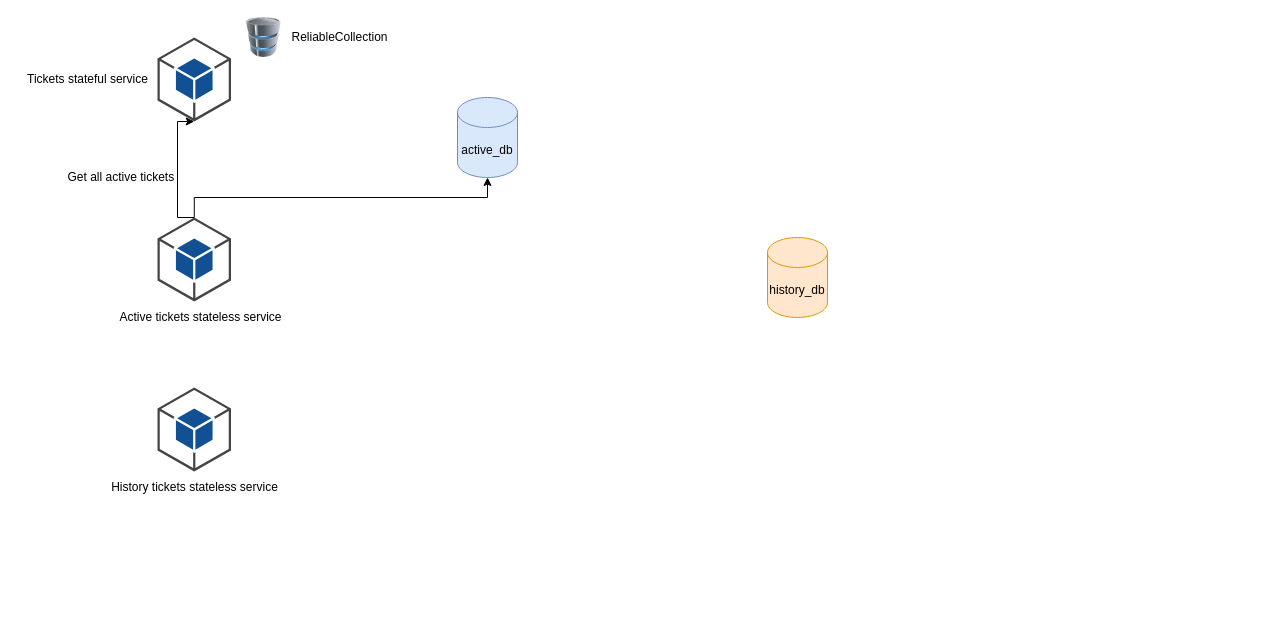
This is diagram.drawio from AndrejKaravida/cloud-master, a draw.io file, before an edit. Source tidied: cells renumbered, new cells numbered last; positions are measured from the earlier drawing's top-left corner, leaving out a move shared by most shapes. Both pictures are drawn from the tidied source at 100%, with x=0, y=0 at pixel (17, 17).
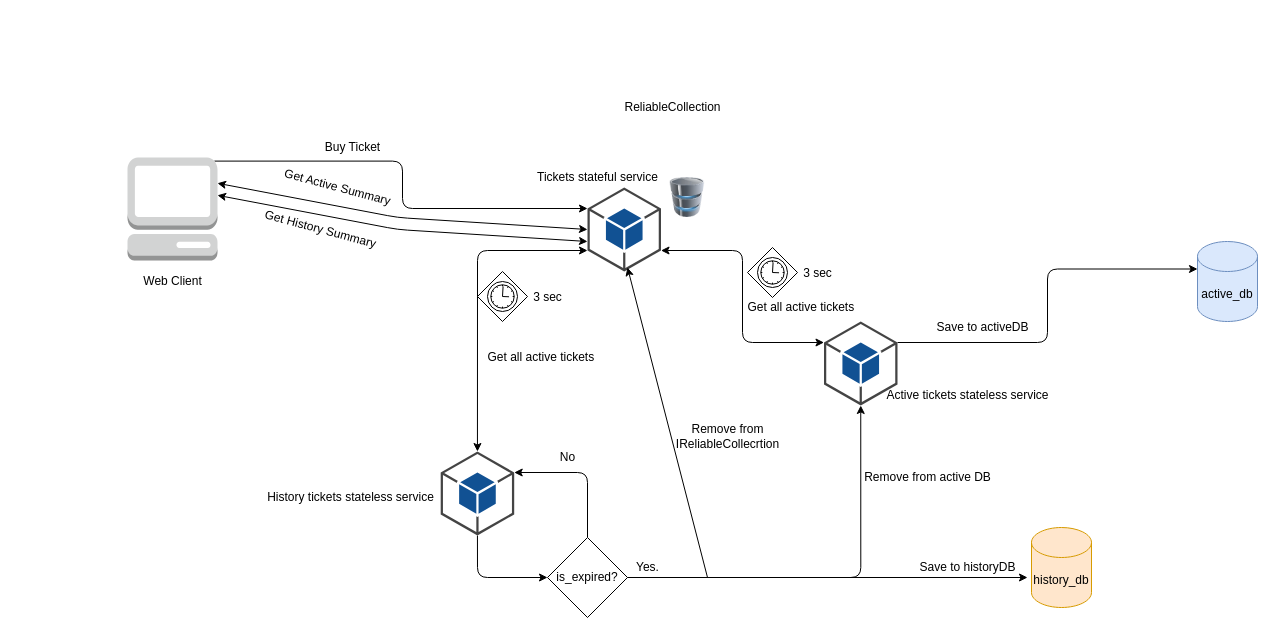
After the change.

Change to the diagram source:
```diff
@@
     <mxCell id="2" value="active_db" style="shape=cylinder3;whiteSpace=wrap;html=1;boundedLbl=1;backgroundOutline=1;size=15;fillColor=#dae8fc;strokeColor=#6c8ebf;" parent="1" vertex="1">
-      <mxGeometry x="440" y="80" width="60" height="80" as="geometry" />
+      <mxGeometry x="1180" y="224" width="60" height="80" as="geometry" />
     </mxCell>
     <mxCell id="3" value="history_db" style="shape=cylinder3;whiteSpace=wrap;html=1;boundedLbl=1;backgroundOutline=1;size=15;fillColor=#ffe6cc;strokeColor=#d79b00;" parent="1" vertex="1">
-      <mxGeometry x="750" y="220" width="60" height="80" as="geometry" />
+      <mxGeometry x="1014" y="510" width="60" height="80" as="geometry" />
     </mxCell>
     <mxCell id="4" style="outlineConnect=0;dashed=0;verticalLabelPosition=bottom;verticalAlign=top;align=center;html=1;shape=mxgraph.aws3.android;fillColor=#115193;gradientColor=none;" parent="1" vertex="1">
-      <mxGeometry x="140" y="20" width="73.5" height="84" as="geometry" />
+      <mxGeometry x="570" y="170" width="73.5" height="84" as="geometry" />
     </mxCell>
     <mxCell id="5" value="Tickets stateful service" style="text;html=1;align=center;verticalAlign=middle;strokeColor=none;fillColor=none;" parent="1" vertex="1">
-      <mxGeometry y="52" width="140" height="20" as="geometry" />
+      <mxGeometry x="510" y="150" width="140" height="20" as="geometry" />
     </mxCell>
-    <mxCell id="6" style="edgeStyle=orthogonalEdgeStyle;rounded=0;jettySize=auto;html=1;exitX=0.5;exitY=0;exitDx=0;exitDy=0;exitPerimeter=0;entryX=0.5;entryY=1;entryDx=0;entryDy=0;entryPerimeter=0;" parent="1" edge="1" source="8" target="4">
-      <mxGeometry relative="1" as="geometry">
-        <Array as="points">
-          <mxPoint x="160" y="200" />
-          <mxPoint x="160" y="104" />
-        </Array>
-      </mxGeometry>
-    </mxCell>
-    <mxCell id="7" style="edgeStyle=orthogonalEdgeStyle;rounded=0;jettySize=auto;html=1;exitX=0.5;exitY=0;exitDx=0;exitDy=0;exitPerimeter=0;entryX=0.5;entryY=1;entryDx=0;entryDy=0;entryPerimeter=0;" parent="1" edge="1" source="8" target="2">
+    <mxCell id="7" style="edgeStyle=orthogonalEdgeStyle;rounded=1;jettySize=auto;html=1;exitX=1;exitY=0.25;exitDx=0;exitDy=0;exitPerimeter=0;entryX=0;entryY=0;entryDx=0;entryDy=27.5;entryPerimeter=0;startArrow=none;startFill=0;sourcePerimeterSpacing=6;targetPerimeterSpacing=6;strokeColor=default;" parent="1" edge="1" source="8" target="2">
       <mxGeometry relative="1" as="geometry" />
     </mxCell>
     <mxCell id="8" style="outlineConnect=0;dashed=0;verticalLabelPosition=bottom;verticalAlign=top;align=center;html=1;shape=mxgraph.aws3.android;fillColor=#115193;gradientColor=none;" parent="1" vertex="1">
-      <mxGeometry x="140" y="200" width="73.5" height="84" as="geometry" />
+      <mxGeometry x="806.5" y="304" width="73.5" height="84" as="geometry" />
     </mxCell>
     <mxCell id="9" value="Active tickets stateless service" style="text;html=1;align=center;verticalAlign=middle;strokeColor=none;fillColor=none;" parent="1" vertex="1">
-      <mxGeometry x="93" y="290" width="180" height="20" as="geometry" />
+      <mxGeometry x="860" y="368" width="180" height="20" as="geometry" />
     </mxCell>
+    <mxCell id="15" style="edgeStyle=orthogonalEdgeStyle;rounded=1;jettySize=auto;html=1;exitX=0.5;exitY=0;exitDx=0;exitDy=0;exitPerimeter=0;entryX=0;entryY=0.75;entryDx=0;entryDy=0;entryPerimeter=0;targetPerimeterSpacing=6;sourcePerimeterSpacing=6;strokeColor=default;startArrow=classic;startFill=1;" parent="1" edge="1" source="10" target="4">
+      <mxGeometry relative="1" as="geometry" />
+    </mxCell>
+    <mxCell id="16" style="edgeStyle=orthogonalEdgeStyle;rounded=1;jettySize=auto;html=1;exitX=0.5;exitY=1;exitDx=0;exitDy=0;exitPerimeter=0;entryX=0;entryY=0.5;entryDx=0;entryDy=0;startArrow=none;startFill=0;sourcePerimeterSpacing=6;targetPerimeterSpacing=6;strokeColor=default;" parent="1" edge="1" source="10" target="23">
+      <mxGeometry relative="1" as="geometry" />
+    </mxCell>
     <mxCell id="10" style="outlineConnect=0;dashed=0;verticalLabelPosition=bottom;verticalAlign=top;align=center;html=1;shape=mxgraph.aws3.android;fillColor=#115193;gradientColor=none;" parent="1" vertex="1">
-      <mxGeometry x="140" y="370" width="73.5" height="84" as="geometry" />
+      <mxGeometry x="423.2" y="434" width="73.5" height="84" as="geometry" />
     </mxCell>
     <mxCell id="11" value="History tickets stateless service" style="text;html=1;align=center;verticalAlign=middle;strokeColor=none;fillColor=none;" parent="1" vertex="1">
-      <mxGeometry x="86.8" y="460" width="180" height="20" as="geometry" />
+      <mxGeometry x="243.2" y="470" width="180" height="20" as="geometry" />
     </mxCell>
     <mxCell id="12" style="image;html=1;image=img/lib/clip_art/computers/Database_128x128.png;" parent="1" vertex="1">
-      <mxGeometry x="220" width="53" height="40" as="geometry" />
+      <mxGeometry x="643.5" y="160" width="53" height="40" as="geometry" />
     </mxCell>
     <mxCell id="13" value="ReliableCollection&lt;br&gt;" style="text;html=1;align=center;verticalAlign=middle;strokeColor=none;fillColor=none;" parent="1" vertex="1">
-      <mxGeometry x="266.8" y="10" width="110" height="20" as="geometry" />
+      <mxGeometry x="600" y="80" width="110" height="20" as="geometry" />
     </mxCell>
     <mxCell id="14" value="Get all active tickets&amp;nbsp;" style="text;html=1;align=center;verticalAlign=middle;strokeColor=none;fillColor=none;" parent="1" vertex="1">
-      <mxGeometry x="40" y="150" width="130" height="20" as="geometry" />
+      <mxGeometry x="720" y="280" width="130" height="20" as="geometry" />
     </mxCell>
+    <mxCell id="17" value="Get all active tickets&amp;nbsp;" style="text;html=1;align=center;verticalAlign=middle;strokeColor=none;fillColor=none;" parent="1" vertex="1">
+      <mxGeometry x="460" y="330" width="130" height="20" as="geometry" />
+    </mxCell>
+    <mxCell id="18" style="shape=mxgraph.bpmn.gateway2;html=1;verticalLabelPosition=bottom;labelBackgroundColor=#ffffff;verticalAlign=top;align=center;perimeter=rhombusPerimeter;outline=standard;symbol=timer;" parent="1" vertex="1">
+      <mxGeometry x="460" y="254" width="50" height="50" as="geometry" />
+    </mxCell>
+    <mxCell id="19" value="3 sec" style="text;html=1;align=center;verticalAlign=middle;strokeColor=none;fillColor=none;" parent="1" vertex="1">
+      <mxGeometry x="510" y="270" width="40" height="20" as="geometry" />
+    </mxCell>
+    <mxCell id="20" style="edgeStyle=orthogonalEdgeStyle;rounded=1;jettySize=auto;html=1;exitX=1;exitY=0.5;exitDx=0;exitDy=0;startArrow=none;startFill=0;sourcePerimeterSpacing=6;targetPerimeterSpacing=6;strokeColor=default;" parent="1" edge="1" source="23">
+      <mxGeometry relative="1" as="geometry">
+        <mxPoint x="1010" y="560" as="targetPoint" />
+      </mxGeometry>
+    </mxCell>
+    <mxCell id="21" style="edgeStyle=orthogonalEdgeStyle;rounded=1;jettySize=auto;html=1;exitX=1;exitY=0.5;exitDx=0;exitDy=0;entryX=0.5;entryY=1;entryDx=0;entryDy=0;entryPerimeter=0;startArrow=none;startFill=0;sourcePerimeterSpacing=6;targetPerimeterSpacing=6;strokeColor=default;" parent="1" edge="1" source="23" target="8">
+      <mxGeometry relative="1" as="geometry" />
+    </mxCell>
+    <mxCell id="22" style="edgeStyle=orthogonalEdgeStyle;rounded=1;jettySize=auto;html=1;exitX=0.5;exitY=0;exitDx=0;exitDy=0;entryX=1;entryY=0.25;entryDx=0;entryDy=0;entryPerimeter=0;startArrow=none;startFill=0;sourcePerimeterSpacing=6;targetPerimeterSpacing=6;strokeColor=default;" parent="1" edge="1" source="23" target="10">
+      <mxGeometry relative="1" as="geometry" />
+    </mxCell>
+    <mxCell id="23" value="is_expired?" style="rhombus;whiteSpace=wrap;html=1;" parent="1" vertex="1">
+      <mxGeometry x="530" y="520" width="80" height="80" as="geometry" />
+    </mxCell>
+    <mxCell id="24" value="Yes." style="text;html=1;align=center;verticalAlign=middle;strokeColor=none;fillColor=none;" parent="1" vertex="1">
+      <mxGeometry x="610" y="540" width="40" height="20" as="geometry" />
+    </mxCell>
+    <mxCell id="25" value="Save to historyDB" style="text;html=1;align=center;verticalAlign=middle;strokeColor=none;fillColor=none;" parent="1" vertex="1">
+      <mxGeometry x="895" y="540" width="110" height="20" as="geometry" />
+    </mxCell>
+    <mxCell id="26" value="Remove from active DB" style="text;html=1;align=center;verticalAlign=middle;strokeColor=none;fillColor=none;" parent="1" vertex="1">
+      <mxGeometry x="840" y="450" width="140" height="20" as="geometry" />
+    </mxCell>
+    <mxCell id="27" style="endArrow=classic;html=1;rounded=1;sourcePerimeterSpacing=6;targetPerimeterSpacing=6;strokeColor=default;" parent="1" edge="1">
+      <mxGeometry relative="1" as="geometry">
+        <mxPoint x="690" y="560" as="sourcePoint" />
+        <mxPoint x="610" y="250" as="targetPoint" />
+      </mxGeometry>
+    </mxCell>
+    <mxCell id="28" value="Remove from &lt;br&gt;IReliableCollecrtion" style="text;html=1;align=center;verticalAlign=middle;strokeColor=none;fillColor=none;" parent="1" vertex="1">
+      <mxGeometry x="650" y="404" width="120" height="30" as="geometry" />
+    </mxCell>
+    <mxCell id="29" value="No" style="text;html=1;align=center;verticalAlign=middle;strokeColor=none;fillColor=none;" parent="1" vertex="1">
+      <mxGeometry x="535" y="430" width="30" height="20" as="geometry" />
+    </mxCell>
+    <mxCell id="6" style="edgeStyle=orthogonalEdgeStyle;rounded=1;jettySize=auto;html=1;exitX=0;exitY=0.25;exitDx=0;exitDy=0;exitPerimeter=0;entryX=1;entryY=0.75;entryDx=0;entryDy=0;entryPerimeter=0;targetPerimeterSpacing=6;sourcePerimeterSpacing=6;strokeColor=default;startArrow=classic;startFill=1;" parent="1" edge="1" source="8" target="4">
+      <mxGeometry relative="1" as="geometry" />
+    </mxCell>
+    <mxCell id="30" style="shape=mxgraph.bpmn.gateway2;html=1;verticalLabelPosition=bottom;labelBackgroundColor=#ffffff;verticalAlign=top;align=center;perimeter=rhombusPerimeter;outline=standard;symbol=timer;" parent="1" vertex="1">
+      <mxGeometry x="730" y="230" width="50" height="50" as="geometry" />
+    </mxCell>
+    <mxCell id="31" value="3 sec" style="text;html=1;align=center;verticalAlign=middle;strokeColor=none;fillColor=none;" parent="1" vertex="1">
+      <mxGeometry x="780" y="246" width="40" height="20" as="geometry" />
+    </mxCell>
+    <mxCell id="32" value="Save to activeDB" style="text;html=1;align=center;verticalAlign=middle;strokeColor=none;fillColor=none;" parent="1" vertex="1">
+      <mxGeometry x="910" y="300" width="110" height="20" as="geometry" />
+    </mxCell>
+    <mxCell id="33" style="edgeStyle=orthogonalEdgeStyle;rounded=1;jettySize=auto;html=1;exitX=0.965;exitY=0.035;exitDx=0;exitDy=0;exitPerimeter=0;entryX=0;entryY=0.25;entryDx=0;entryDy=0;entryPerimeter=0;startArrow=none;startFill=0;sourcePerimeterSpacing=6;targetPerimeterSpacing=6;strokeColor=default;" parent="1" edge="1" source="34" target="4">
+      <mxGeometry relative="1" as="geometry" />
+    </mxCell>
+    <mxCell id="34" style="outlineConnect=0;dashed=0;verticalLabelPosition=bottom;verticalAlign=top;align=center;html=1;shape=mxgraph.aws3.management_console;fillColor=#D2D3D3;gradientColor=none;" parent="1" vertex="1">
+      <mxGeometry x="110" y="140" width="90" height="103" as="geometry" />
+    </mxCell>
+    <mxCell id="35" value="Web Client&lt;br&gt;" style="text;html=1;align=center;verticalAlign=middle;strokeColor=none;fillColor=none;" parent="1" vertex="1">
+      <mxGeometry x="120" y="254" width="70" height="20" as="geometry" />
+    </mxCell>
+    <mxCell id="36" value="Buy Ticket" style="text;html=1;align=center;verticalAlign=middle;strokeColor=none;fillColor=none;" parent="1" vertex="1">
+      <mxGeometry x="300" y="120" width="70" height="20" as="geometry" />
+    </mxCell>
+    <mxCell id="37" style="endArrow=classic;startArrow=classic;html=1;rounded=1;sourcePerimeterSpacing=6;targetPerimeterSpacing=6;strokeColor=default;exitX=1;exitY=0.25;exitDx=0;exitDy=0;exitPerimeter=0;entryX=0;entryY=0.5;entryDx=0;entryDy=0;entryPerimeter=0;" parent="1" edge="1" source="34" target="4">
+      <mxGeometry relative="1" as="geometry">
+        <Array as="points">
+          <mxPoint x="380" y="200" />
+        </Array>
+      </mxGeometry>
+    </mxCell>
+    <mxCell id="38" style="endArrow=classic;startArrow=classic;html=1;rounded=1;sourcePerimeterSpacing=6;targetPerimeterSpacing=6;strokeColor=default;exitX=1;exitY=0.25;exitDx=0;exitDy=0;exitPerimeter=0;entryX=0;entryY=0.5;entryDx=0;entryDy=0;entryPerimeter=0;" parent="1" edge="1">
+      <mxGeometry relative="1" as="geometry">
+        <mxPoint x="200" y="177.8" as="sourcePoint" />
+        <mxPoint x="570" y="224" as="targetPoint" />
+        <Array as="points">
+          <mxPoint x="380" y="212" />
+        </Array>
+      </mxGeometry>
+    </mxCell>
+    <mxCell id="39" value="Get Active Summary" style="text;html=1;align=center;verticalAlign=middle;strokeColor=none;fillColor=none;rotation=15;" parent="1" vertex="1">
+      <mxGeometry x="260" y="160" width="120" height="20" as="geometry" />
+    </mxCell>
+    <mxCell id="40" value="Get History Summary" style="text;html=1;align=center;verticalAlign=middle;strokeColor=none;fillColor=none;rotation=15;" parent="1" vertex="1">
+      <mxGeometry x="238.2" y="202" width="130" height="20" as="geometry" />
+    </mxCell>
```
